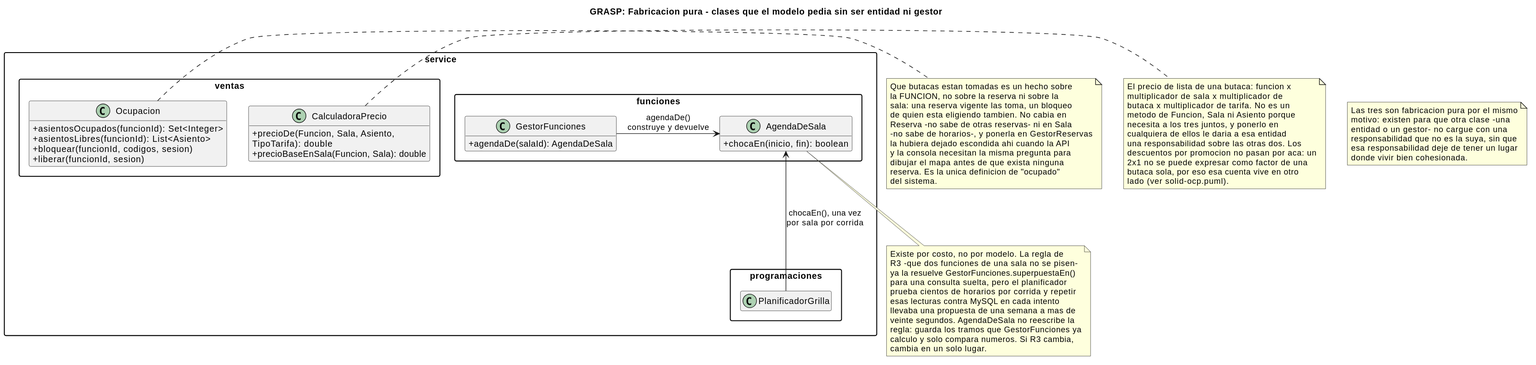
Earlier version of the PlantUML export _other/docs/diagramas/grasp-pure-fabrication.svg (andreiveisuade/cine-uade).
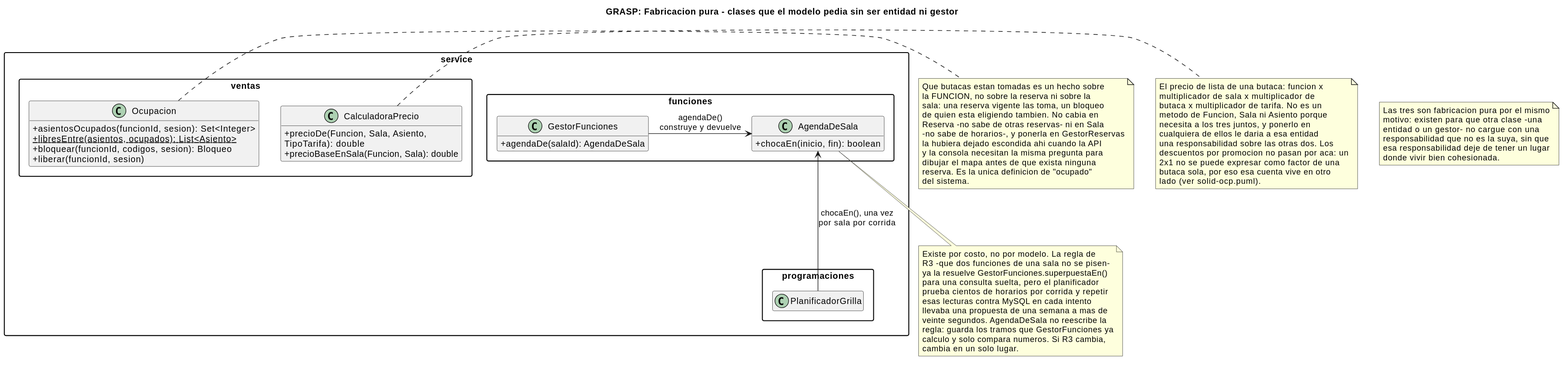
Later version of the same file.

Diff of the diagram source:
```diff
@@ -8,9 +8,9 @@
 
 package "service.ventas" {
   class Ocupacion {
-    +asientosOcupados(funcionId): Set<Integer>
-    +asientosLibres(funcionId): List<Asiento>
-    +bloquear(funcionId, codigos, sesion)
+    +asientosOcupados(funcionId, sesion): Set<Integer>
+    {static} +libresEntre(asientos, ocupados): List<Asiento>
+    +bloquear(funcionId, codigos, sesion): Bloqueo
     +liberar(funcionId, sesion)
   }
   class CalculadoraPrecio {
```
